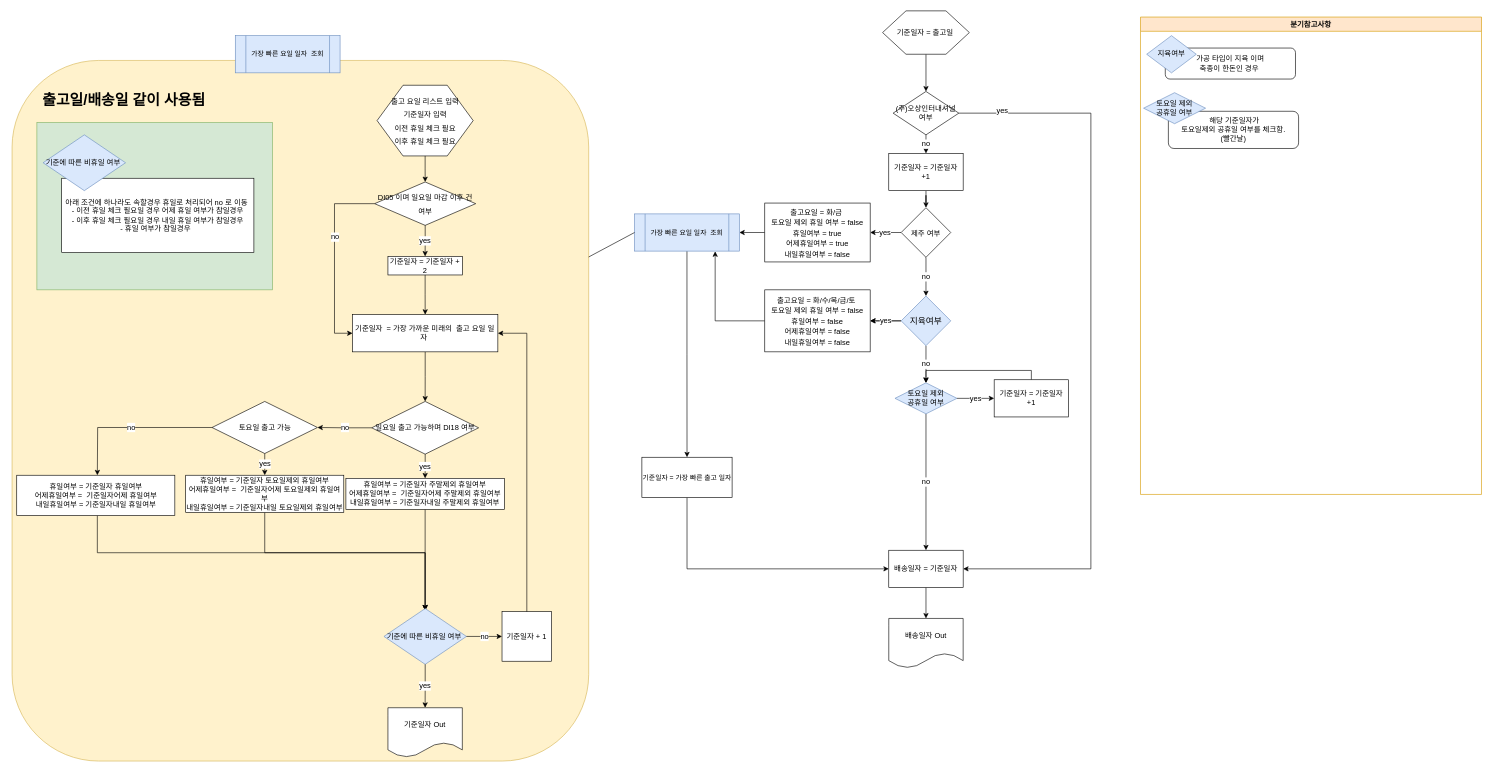
Earlier version of the draw.io diagram page "기존배송일자조회" (6 of 8) of 미트박스_배송.drawio (yongBomb90/drawio-1). Source tidied: cells renumbered, new cells numbered last; positions are measured from the earlier drawing's top-left corner, leaving out a move shared by most shapes. Both pictures are drawn from the tidied source at 62%, with x=0, y=0 at pixel (12, 11).
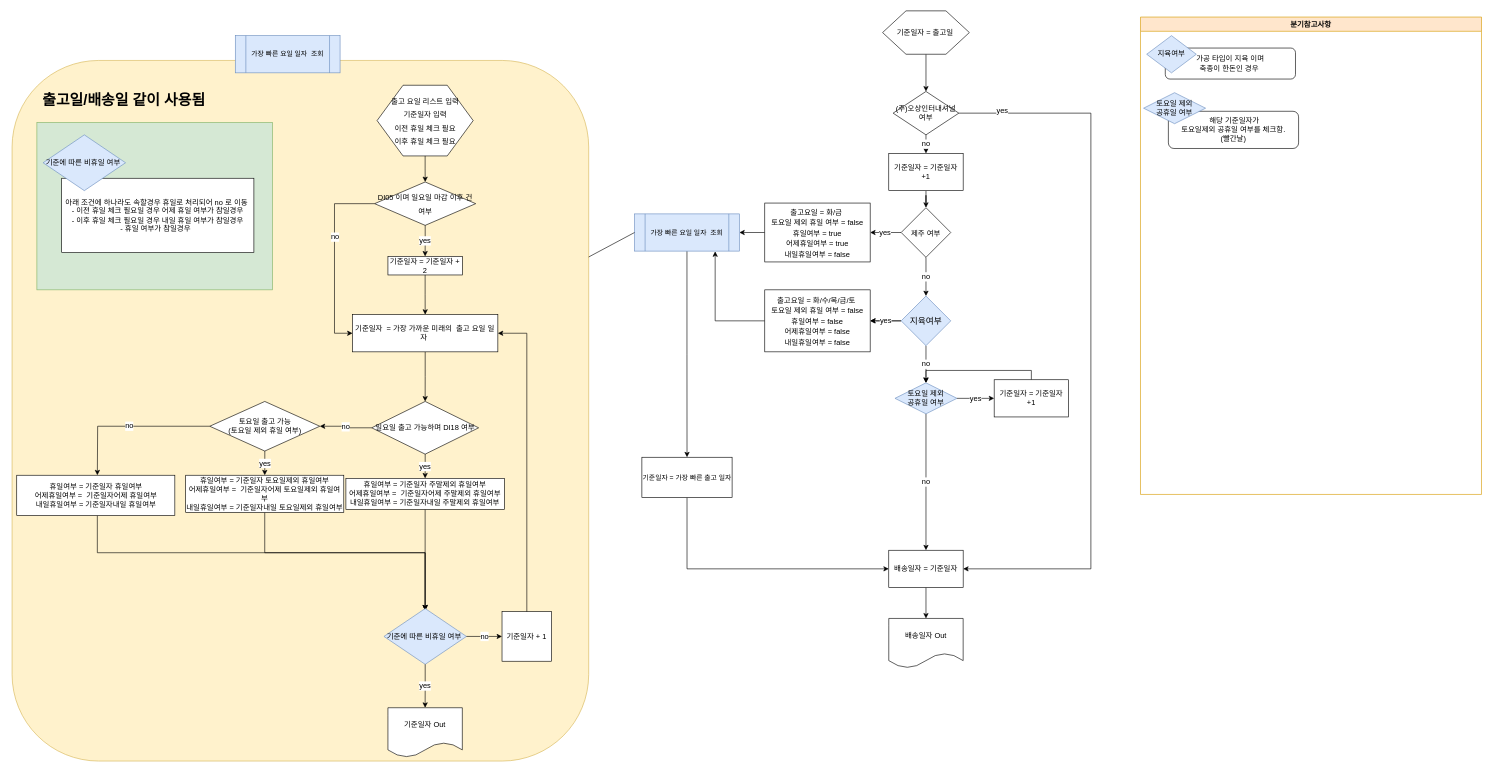
The same diagram, later.

The change refers to these unchanged cells:
```xml
<mxCell id="10" style="group;labelPosition=left;verticalLabelPosition=top;align=right;verticalAlign=bottom;" parent="1" vertex="1">
  <mxGeometry y="40" width="930" height="1170" as="geometry" />
</mxCell>
```

Diff of the diagram source:
```diff
@@
-    <mxCell id="22" value="토요일 출고 가능" style="rhombus;whiteSpace=wrap;html=1;arcSize=6;" parent="10" vertex="1">
-      <mxGeometry x="322.5" y="590" width="170" height="84" as="geometry" />
+    <mxCell id="22" value="토요일 출고 가능&lt;br&gt;(토요일 제외 휴일 여부)" style="rhombus;whiteSpace=wrap;html=1;arcSize=6;" parent="10" vertex="1">
+      <mxGeometry x="318.8" y="590" width="177.5" height="80" as="geometry" />
     </mxCell>
```
